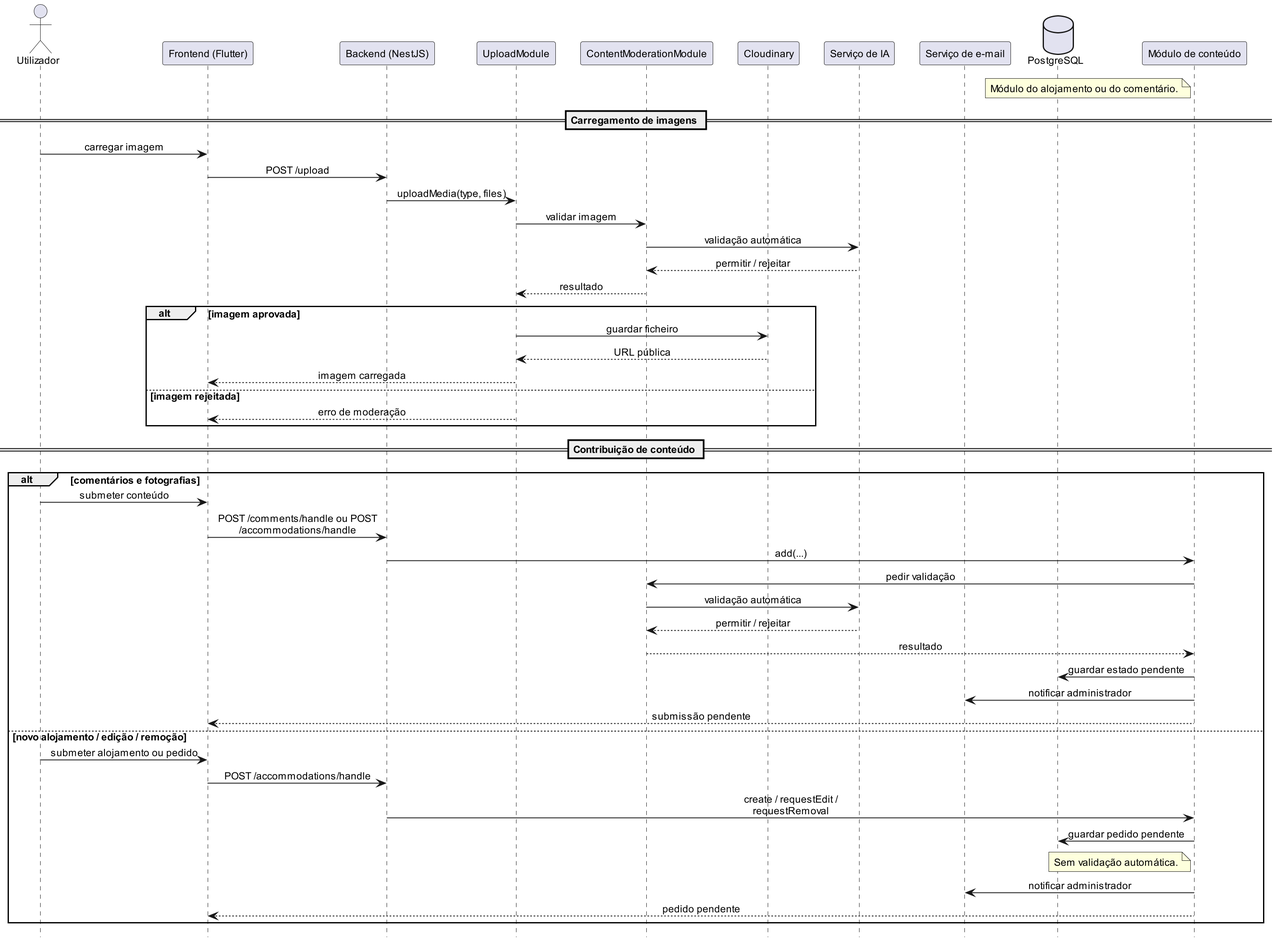
Before: docs/diagrams/png/communication-media-moderation-flow-a.png, a diagram exported from PlantUML (alegna83/cookbook-be).
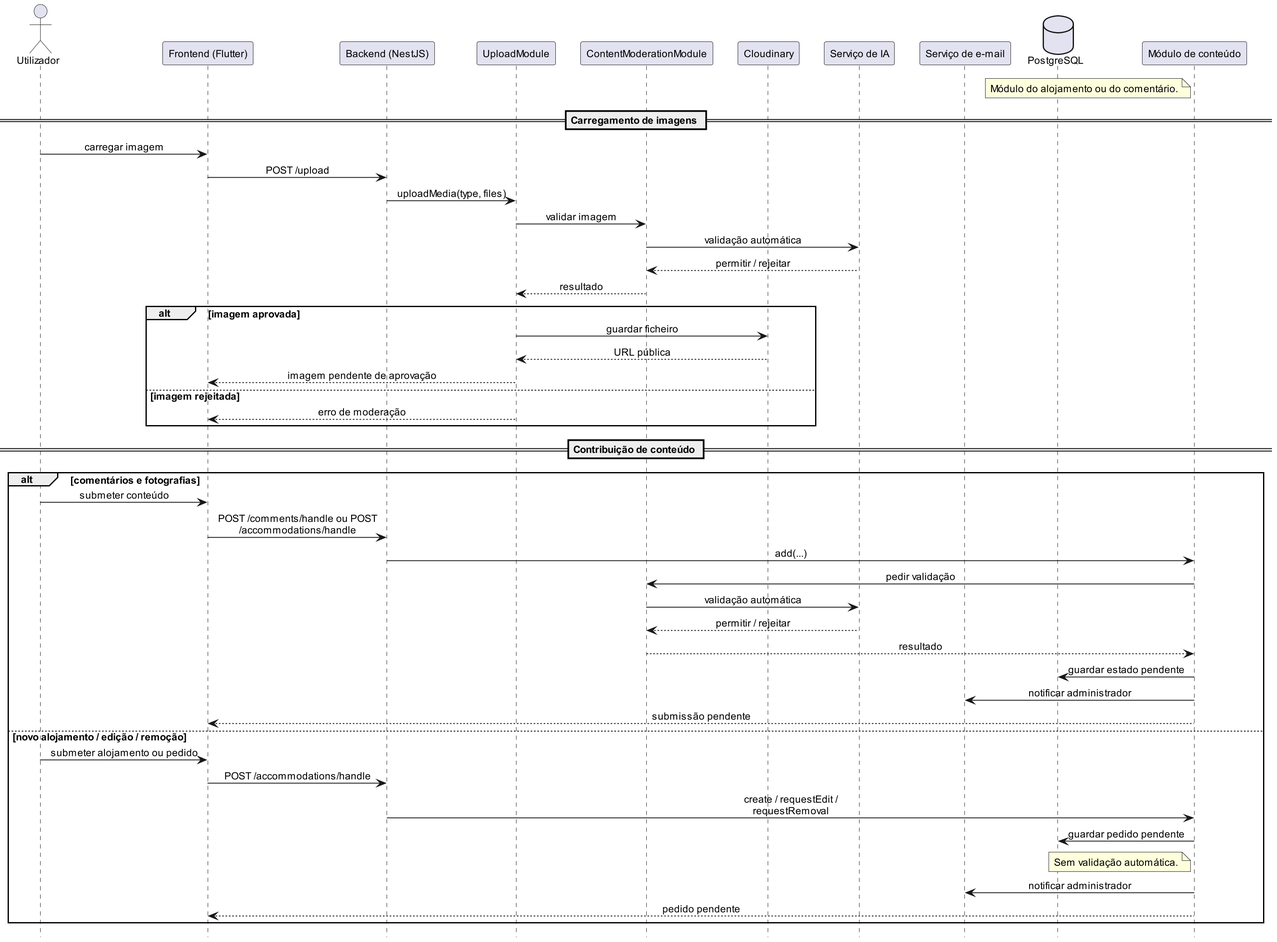
After the change.

Commit message:
communication media moderation flow a

The edit, as a diff of the source:
```diff
@@ -38,7 +38,7 @@
 alt imagem aprovada
   UploadsModule -> Cloudinary : guardar ficheiro
   Cloudinary --> UploadsModule : URL pública
-  UploadsModule --> FE : imagem carregada
+  UploadsModule --> FE : imagem pendente de aprovação
 else imagem rejeitada
   UploadsModule --> FE : erro de moderação
 end
```
